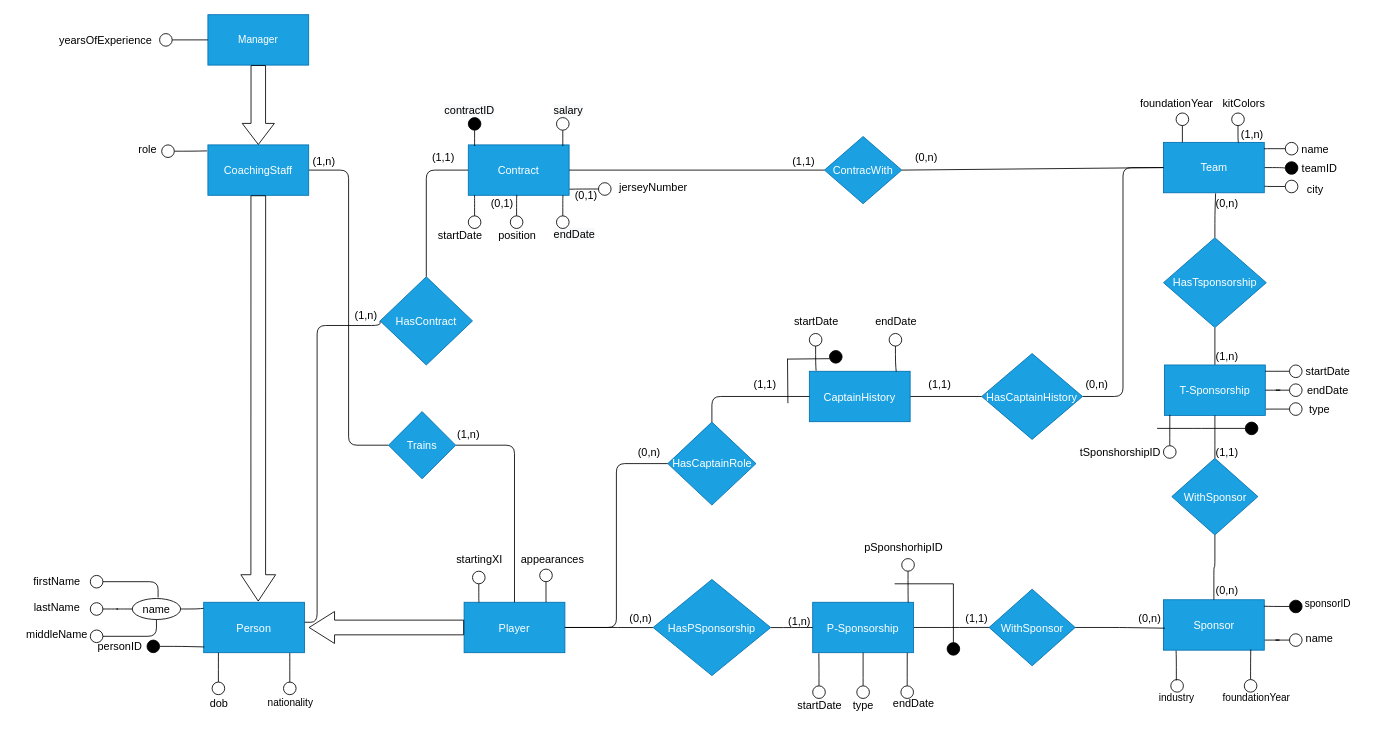
Before: football-club-database/diagrams/conceptual-schema.drawio in Maxxy21/football_clubs_database, a draw.io diagram. Source tidied: cells renumbered, new cells numbered last; positions are measured from the earlier drawing's top-left corner, leaving out a move shared by most shapes. Both pictures are drawn from the tidied source at 84%, with x=0, y=0 at pixel (14, 14).
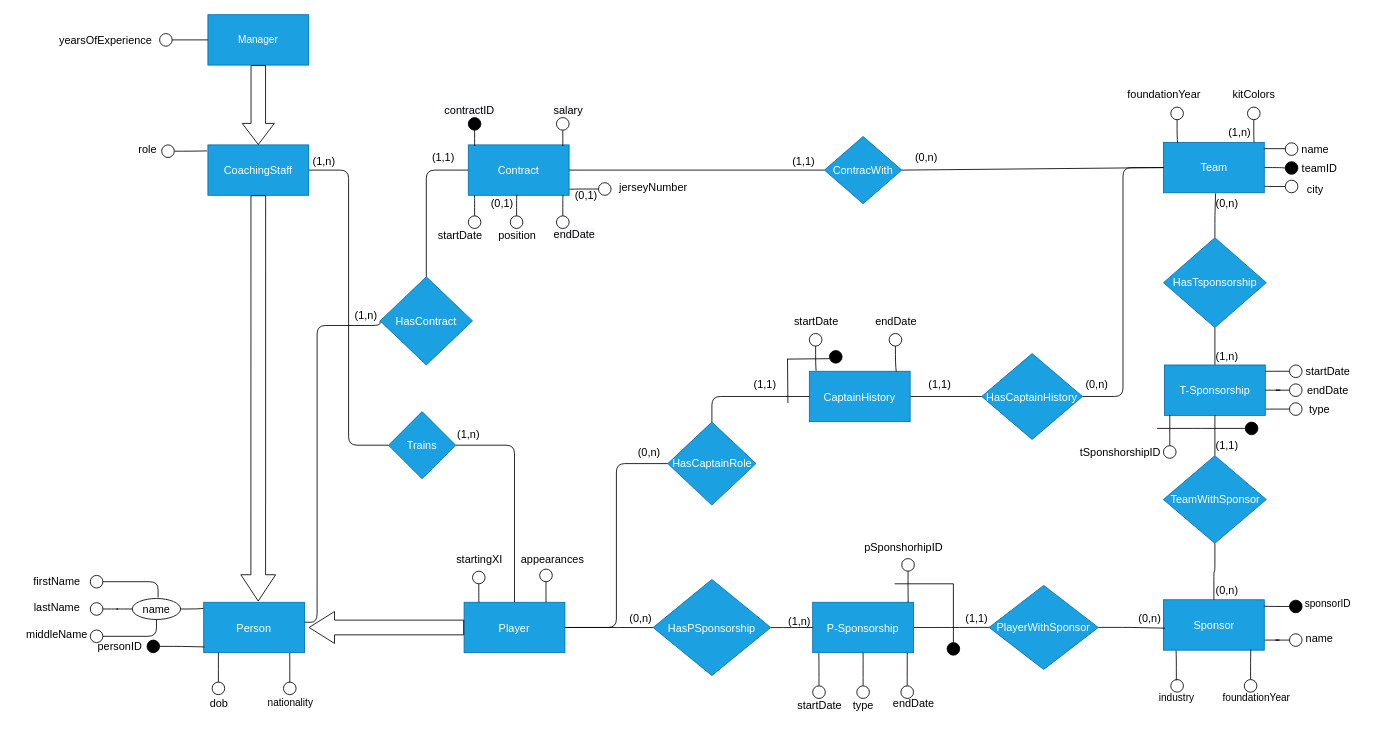
The same page after the edit.

Unchanged cells that the change refers to:
```xml
<mxCell id="18" value="Team" style="whiteSpace=wrap;html=1;fontSize=13;fillColor=#1ba1e2;strokeColor=#006EAF;fontColor=#ffffff;" parent="1" vertex="1">
  <mxGeometry x="1367.6" y="152" width="120" height="60" as="geometry" />
</mxCell>
```

Change to the diagram source:
```diff
@@
-    <mxCell id="41" style="edgeStyle=orthogonalEdgeStyle;shape=connector;rounded=1;jettySize=auto;html=1;entryX=0.996;entryY=0.126;entryDx=0;entryDy=0;entryPerimeter=0;labelBackgroundColor=default;strokeColor=default;fontFamily=Helvetica;fontSize=13;fontColor=default;endArrow=none;endFill=0;fillColor=none;" parent="1" edge="1" source="42" target="18">
-      <mxGeometry relative="1" as="geometry" />
+    <mxCell id="41" style="edgeStyle=orthogonalEdgeStyle;shape=connector;rounded=1;jettySize=auto;html=1;entryX=0.996;entryY=0.126;entryDx=0;entryDy=0;entryPerimeter=0;labelBackgroundColor=default;strokeColor=default;fontFamily=Helvetica;fontSize=13;fontColor=default;endArrow=none;endFill=0;fillColor=none;" parent="1" edge="1" target="18">
+      <mxGeometry relative="1" as="geometry">
+        <mxPoint x="1512.6" y="159.5" as="sourcePoint" />
+      </mxGeometry>
     </mxCell>
-    <mxCell id="42" style="ellipse;whiteSpace=wrap;html=1;fontSize=13;rounded=0;fillColor=none;" parent="1" vertex="1">
-      <mxGeometry x="1512.6" y="152" width="15" height="15" as="geometry" />
-    </mxCell>
@@
     <mxCell id="46" value="name" style="text;html=1;align=center;verticalAlign=middle;strokeColor=none;fillColor=none;fontSize=13;fontFamily=Helvetica;fontColor=default;" parent="1" vertex="1">
-      <mxGeometry x="1517.6" y="144.5" width="60" height="30" as="geometry" />
+      <mxGeometry x="1517.6" y="145" width="60" height="30" as="geometry" />
     </mxCell>
@@
-    <mxCell id="51" value="(1,n)" style="text;html=1;align=center;verticalAlign=middle;strokeColor=none;fillColor=none;fontSize=13;fontFamily=Helvetica;fontColor=default;" parent="1" vertex="1">
-      <mxGeometry x="1447.6" y="127" width="50" height="30" as="geometry" />
-    </mxCell>
@@
-    <mxCell id="62" style="edgeStyle=orthogonalEdgeStyle;rounded=1;jettySize=auto;html=1;entryX=0.75;entryY=0;entryDx=0;entryDy=0;endArrow=none;fontSize=13;endFill=0;fillColor=none;" parent="1" edge="1" source="63" target="18">
-      <mxGeometry relative="1" as="geometry" />
-    </mxCell>
-    <mxCell id="63" style="ellipse;whiteSpace=wrap;html=1;fontSize=13;rounded=0;fillColor=none;" parent="1" vertex="1">
-      <mxGeometry x="1448.8" y="117" width="15" height="15" as="geometry" />
-    </mxCell>
-    <mxCell id="64" value="kitColors" style="text;html=1;align=center;verticalAlign=middle;strokeColor=none;fillColor=none;fontSize=13;fontFamily=Helvetica;fontColor=default;" parent="1" vertex="1">
-      <mxGeometry x="1427.6" y="89.5" width="70" height="30" as="geometry" />
-    </mxCell>
@@
-    <mxCell id="71" style="edgeStyle=orthogonalEdgeStyle;shape=connector;rounded=1;jettySize=auto;html=1;entryX=0.188;entryY=0;entryDx=0;entryDy=0;entryPerimeter=0;labelBackgroundColor=default;strokeColor=default;fontFamily=Helvetica;fontSize=13;fontColor=default;endArrow=none;endFill=0;fillColor=none;" parent="1" edge="1" source="72" target="18">
-      <mxGeometry relative="1" as="geometry" />
-    </mxCell>
-    <mxCell id="72" style="ellipse;whiteSpace=wrap;html=1;fontSize=13;rounded=0;fillColor=none;" parent="1" vertex="1">
-      <mxGeometry x="1382.6" y="117" width="15" height="15" as="geometry" />
-    </mxCell>
     <mxCell id="73" value="foundationYear" style="text;html=1;align=center;verticalAlign=middle;strokeColor=none;fillColor=none;fontSize=13;fontFamily=Helvetica;fontColor=default;" parent="1" vertex="1">
-      <mxGeometry x="1327.6" y="89.5" width="110" height="30" as="geometry" />
+      <mxGeometry x="1312.5" y="80" width="110" height="30" as="geometry" />
     </mxCell>
@@
     <mxCell id="87" style="edgeStyle=orthogonalEdgeStyle;shape=connector;rounded=1;orthogonalLoop=1;jettySize=auto;html=1;labelBackgroundColor=default;strokeColor=default;fontFamily=Helvetica;fontSize=11;fontColor=default;endArrow=none;endFill=0;fillColor=none;" parent="1" edge="1">
       <mxGeometry relative="1" as="geometry">
-        <mxPoint x="687" y="30" as="targetPoint" />
+        <mxPoint x="697" y="55" as="targetPoint" />
       </mxGeometry>
     </mxCell>
@@
-    <mxCell id="116" value="WithSponsor" style="rhombus;whiteSpace=wrap;html=1;fontSize=13;fillColor=#1ba1e2;strokeColor=#006EAF;fontColor=#ffffff;rounded=0;" parent="1" vertex="1">
-      <mxGeometry x="1377.5" y="528.1" width="102.5" height="91.2" as="geometry" />
+    <mxCell id="116" value="TeamWithSponsor" style="rhombus;whiteSpace=wrap;html=1;fontSize=13;fillColor=#1ba1e2;strokeColor=#006EAF;fontColor=#ffffff;rounded=0;" parent="1" vertex="1">
+      <mxGeometry x="1367.5" y="525" width="122.5" height="104.3" as="geometry" />
     </mxCell>
@@
-    <mxCell id="122" value="WithSponsor" style="rhombus;whiteSpace=wrap;html=1;fontSize=13;fillColor=#1ba1e2;strokeColor=#006EAF;fontColor=#ffffff;rounded=0;" parent="1" vertex="1">
-      <mxGeometry x="1160" y="683.9" width="102.5" height="91.2" as="geometry" />
+    <mxCell id="122" value="PlayerWithSponsor" style="rhombus;whiteSpace=wrap;html=1;fontSize=13;fillColor=#1ba1e2;strokeColor=#006EAF;fontColor=#ffffff;rounded=0;" parent="1" vertex="1">
+      <mxGeometry x="1160" y="679.4" width="130" height="100.1" as="geometry" />
     </mxCell>
@@
     <mxCell id="147" value="(1,1)" style="text;html=1;align=center;verticalAlign=middle;strokeColor=none;fillColor=none;fontSize=13;fontFamily=Helvetica;fontColor=default;" parent="1" vertex="1">
-      <mxGeometry x="1417.6" y="505.6" width="50" height="30" as="geometry" />
+      <mxGeometry x="1417.6" y="497.5" width="50" height="30" as="geometry" />
     </mxCell>
@@
+    <mxCell id="180" style="edgeStyle=orthogonalEdgeStyle;shape=connector;rounded=1;jettySize=auto;html=1;entryX=0.14;entryY=0.007;entryDx=0;entryDy=0;entryPerimeter=0;labelBackgroundColor=default;strokeColor=default;fontFamily=Helvetica;fontSize=13;fontColor=default;endArrow=none;endFill=0;fillColor=none;" parent="1" edge="1" source="181" target="18">
+      <mxGeometry relative="1" as="geometry" />
+    </mxCell>
+    <mxCell id="181" style="ellipse;whiteSpace=wrap;html=1;fontSize=13;rounded=0;fillColor=none;" parent="1" vertex="1">
+      <mxGeometry x="1376.3" y="110" width="15" height="15" as="geometry" />
+    </mxCell>
+    <mxCell id="182" style="ellipse;whiteSpace=wrap;html=1;fontSize=13;rounded=0;" parent="1" vertex="1">
+      <mxGeometry x="1512.6" y="152.5" width="15" height="15" as="geometry" />
+    </mxCell>
+    <mxCell id="183" style="edgeStyle=orthogonalEdgeStyle;shape=connector;rounded=1;jettySize=auto;html=1;labelBackgroundColor=default;strokeColor=default;fontFamily=Helvetica;fontSize=13;fontColor=default;endArrow=none;endFill=0;fillColor=none;entryX=0.898;entryY=-0.003;entryDx=0;entryDy=0;entryPerimeter=0;" parent="1" edge="1" source="184" target="18">
+      <mxGeometry relative="1" as="geometry" />
+    </mxCell>
+    <mxCell id="184" style="ellipse;whiteSpace=wrap;html=1;fontSize=13;rounded=0;fillColor=none;" parent="1" vertex="1">
+      <mxGeometry x="1467.6" y="110" width="15" height="15" as="geometry" />
+    </mxCell>
+    <mxCell id="64" value="kitColors" style="text;html=1;align=center;verticalAlign=middle;strokeColor=none;fillColor=none;fontSize=13;fontFamily=Helvetica;fontColor=default;" parent="1" vertex="1">
+      <mxGeometry x="1440.1" y="80" width="70" height="30" as="geometry" />
+    </mxCell>
+    <mxCell id="51" value="(1,n)" style="text;html=1;align=center;verticalAlign=middle;strokeColor=none;fillColor=none;fontSize=13;fontFamily=Helvetica;fontColor=default;" parent="1" vertex="1">
+      <mxGeometry x="1432.6" y="125" width="50" height="30" as="geometry" />
+    </mxCell>
```
